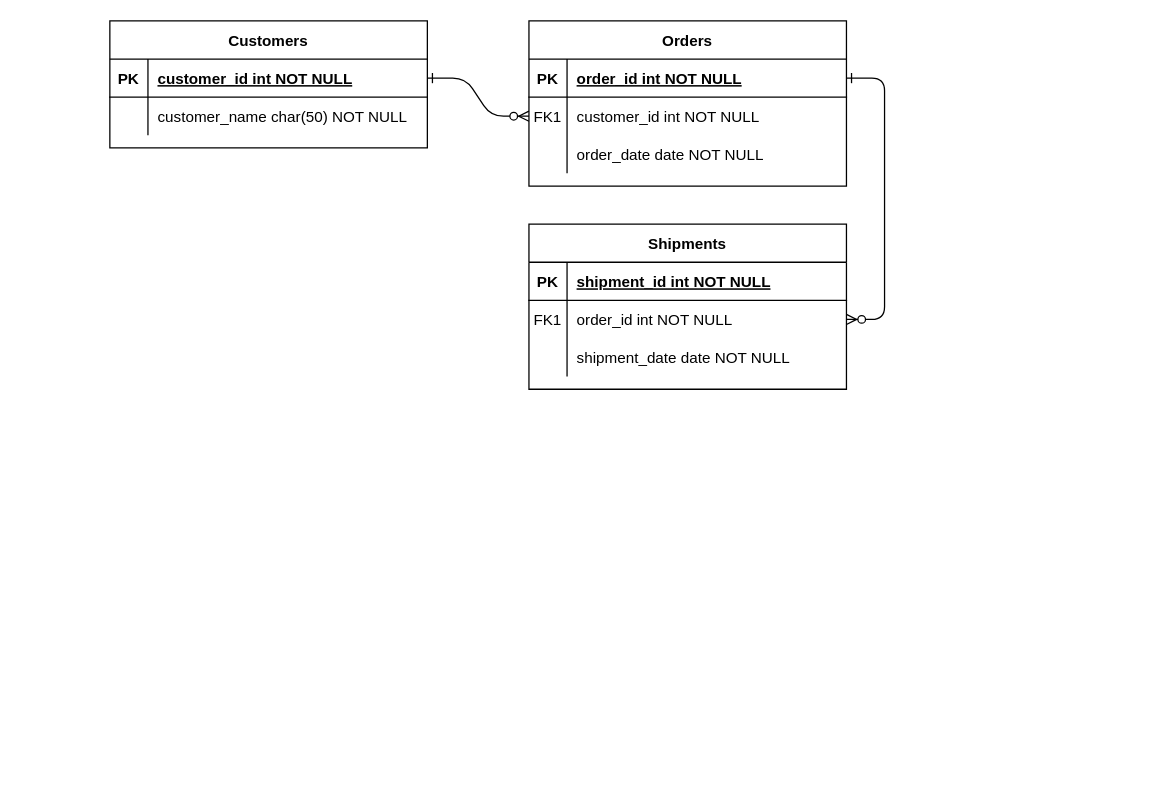
sumitkumarsk90/Todo_api keeps this draw.io diagram as Second ER Diagram.drawio. Above is the earlier version. Source tidied: cells renumbered, new cells numbered last; positions are measured from the earlier drawing's top-left corner, leaving out a move shared by most shapes. Both pictures are drawn from the tidied source at 127%, with x=0, y=0 at pixel (109, 20).
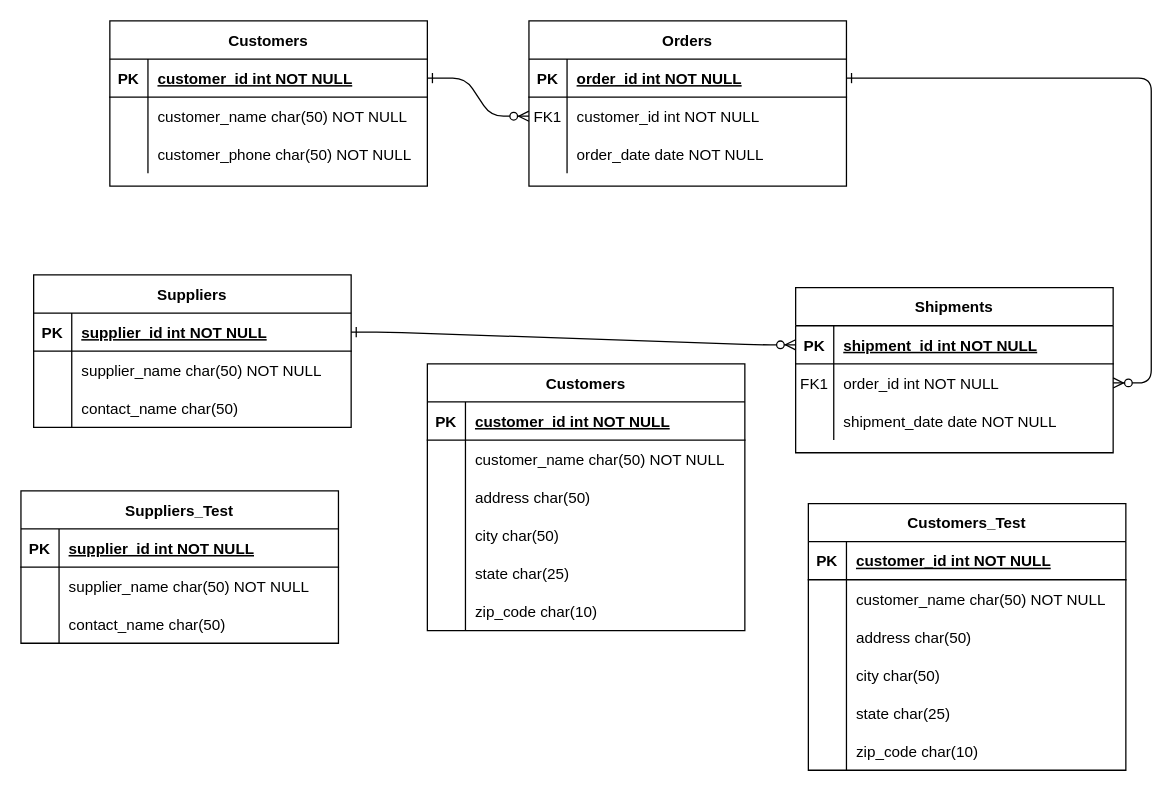
The same page after the edit.

Unchanged cells that the change refers to:
```xml
<mxCell id="15" style="shape=partialRectangle;fillColor=none;points=[[0,0.5],[1,0.5]];portConstraint=eastwest;top=0;left=0;right=0;bottom=1;" parent="14" vertex="1">
  <mxGeometry y="30" width="250" height="30" as="geometry" />
</mxCell>
```

The edit, as a diff of the source:
```diff
@@
     <mxCell id="14" value="Shipments" style="shape=table;startSize=30;childLayout=tableLayout;rowLines=0;fontStyle=1;align=center;" parent="1" vertex="1">
-      <mxGeometry x="330" y="160" width="250" height="130" as="geometry" />
+      <mxGeometry x="540" y="210" width="250" height="130" as="geometry" />
     </mxCell>
@@
     <mxCell id="24" value="Customers" style="shape=table;startSize=30;childLayout=tableLayout;rowLines=0;fontStyle=1;align=center;" parent="1" vertex="1">
-      <mxGeometry width="250" height="100" as="geometry" />
+      <mxGeometry width="250" height="130" as="geometry" />
     </mxCell>
@@
+    <mxCell id="31" style="shape=partialRectangle;fillColor=none;top=0;left=0;right=0;bottom=0;" parent="24" vertex="1">
+      <mxGeometry y="90" width="250" height="30" as="geometry" />
+    </mxCell>
+    <mxCell id="32" style="shape=partialRectangle;overflow=hidden;fillColor=none;top=0;left=0;bottom=0;right=0;" parent="31" vertex="1">
+      <mxGeometry width="30" height="30" as="geometry" />
+    </mxCell>
+    <mxCell id="33" value="customer_phone char(50) NOT NULL" style="shape=partialRectangle;overflow=hidden;fillColor=none;top=0;left=0;bottom=0;right=0;align=left;spacingLeft=6;" parent="31" vertex="1">
+      <mxGeometry x="30" width="220" height="30" as="geometry" />
+    </mxCell>
+    <mxCell id="34" value="Suppliers" style="shape=table;startSize=30;childLayout=tableLayout;rowLines=0;fontStyle=1;align=center;" parent="1" vertex="1">
+      <mxGeometry x="-60" y="200" width="250" height="120" as="geometry" />
+    </mxCell>
+    <mxCell id="35" style="shape=tableRow;horizontal=0;startSize=0;swimlaneHead=0;swimlaneBody=0;fillColor=none;points=[[0,0.5],[1,0.5]];portConstraint=eastwest;strokeColor=inherit;top=0;left=0;right=0;bottom=1;" parent="34" vertex="1">
+      <mxGeometry y="30" width="250" height="30" as="geometry" />
+    </mxCell>
+    <mxCell id="36" value="PK" style="shape=partialRectangle;overflow=hidden;fillColor=none;strokeColor=inherit;top=0;left=0;bottom=0;right=0;fontStyle=1;" parent="35" vertex="1">
+      <mxGeometry width="30" height="30" as="geometry" />
+    </mxCell>
+    <mxCell id="37" value="supplier_id int NOT NULL " style="shape=partialRectangle;overflow=hidden;fillColor=none;align=left;strokeColor=inherit;top=0;left=0;bottom=0;right=0;spacingLeft=6;fontStyle=5;" parent="35" vertex="1">
+      <mxGeometry x="30" width="220" height="30" as="geometry" />
+    </mxCell>
+    <mxCell id="38" style="shape=tableRow;horizontal=0;startSize=0;swimlaneHead=0;swimlaneBody=0;fillColor=none;strokeColor=inherit;top=0;left=0;right=0;bottom=0;" parent="34" vertex="1">
+      <mxGeometry y="60" width="250" height="30" as="geometry" />
+    </mxCell>
+    <mxCell id="39" style="shape=partialRectangle;overflow=hidden;fillColor=none;strokeColor=inherit;top=0;left=0;bottom=0;right=0;" parent="38" vertex="1">
+      <mxGeometry width="30" height="30" as="geometry" />
+    </mxCell>
+    <mxCell id="40" value="supplier_name char(50) NOT NULL" style="shape=partialRectangle;overflow=hidden;fillColor=none;align=left;strokeColor=inherit;top=0;left=0;bottom=0;right=0;spacingLeft=6;" parent="38" vertex="1">
+      <mxGeometry x="30" width="220" height="30" as="geometry" />
+    </mxCell>
+    <mxCell id="41" style="shape=tableRow;horizontal=0;startSize=0;swimlaneHead=0;swimlaneBody=0;fillColor=none;strokeColor=inherit;top=0;left=0;right=0;bottom=0;" parent="34" vertex="1">
+      <mxGeometry y="90" width="250" height="30" as="geometry" />
+    </mxCell>
+    <mxCell id="42" style="shape=partialRectangle;overflow=hidden;fillColor=none;strokeColor=inherit;top=0;left=0;bottom=0;right=0;" parent="41" vertex="1">
+      <mxGeometry width="30" height="30" as="geometry" />
+    </mxCell>
+    <mxCell id="43" value="contact_name char(50)" style="shape=partialRectangle;overflow=hidden;fillColor=none;align=left;strokeColor=inherit;top=0;left=0;bottom=0;right=0;spacingLeft=6;" parent="41" vertex="1">
+      <mxGeometry x="30" width="220" height="30" as="geometry" />
+    </mxCell>
+    <mxCell id="44" value="Customers" style="shape=table;startSize=30;childLayout=tableLayout;rowLines=0;fontStyle=1;align=center;" parent="1" vertex="1">
+      <mxGeometry x="250" y="270" width="250" height="210" as="geometry" />
+    </mxCell>
+    <mxCell id="45" style="shape=tableRow;horizontal=0;startSize=0;swimlaneHead=0;swimlaneBody=0;fillColor=none;strokeColor=inherit;top=0;left=0;right=0;bottom=1;" parent="44" vertex="1">
+      <mxGeometry y="30" width="250" height="30" as="geometry" />
+    </mxCell>
+    <mxCell id="46" value="PK" style="shape=partialRectangle;overflow=hidden;fillColor=none;strokeColor=inherit;top=0;left=0;bottom=0;right=0;fontStyle=1;" parent="45" vertex="1">
+      <mxGeometry width="30" height="30" as="geometry" />
+    </mxCell>
+    <mxCell id="47" value="customer_id int NOT NULL " style="shape=partialRectangle;overflow=hidden;fillColor=none;align=left;strokeColor=inherit;top=0;left=0;bottom=0;right=0;spacingLeft=6;fontStyle=5;" parent="45" vertex="1">
+      <mxGeometry x="30" width="220" height="30" as="geometry" />
+    </mxCell>
+    <mxCell id="48" style="shape=tableRow;horizontal=0;startSize=0;swimlaneHead=0;swimlaneBody=0;fillColor=none;strokeColor=inherit;top=0;left=0;right=0;bottom=0;" parent="44" vertex="1">
+      <mxGeometry y="60" width="250" height="30" as="geometry" />
+    </mxCell>
+    <mxCell id="49" style="shape=partialRectangle;overflow=hidden;fillColor=none;strokeColor=inherit;top=0;left=0;bottom=0;right=0;" parent="48" vertex="1">
+      <mxGeometry width="30" height="30" as="geometry" />
+    </mxCell>
+    <mxCell id="50" value="customer_name char(50) NOT NULL" style="shape=partialRectangle;overflow=hidden;fillColor=none;align=left;strokeColor=inherit;top=0;left=0;bottom=0;right=0;spacingLeft=6;" parent="48" vertex="1">
+      <mxGeometry x="30" width="220" height="30" as="geometry" />
+    </mxCell>
+    <mxCell id="51" style="shape=tableRow;horizontal=0;startSize=0;swimlaneHead=0;swimlaneBody=0;fillColor=none;strokeColor=inherit;top=0;left=0;right=0;bottom=0;" parent="44" vertex="1">
+      <mxGeometry y="90" width="250" height="30" as="geometry" />
+    </mxCell>
+    <mxCell id="52" style="shape=partialRectangle;overflow=hidden;fillColor=none;strokeColor=inherit;top=0;left=0;bottom=0;right=0;" parent="51" vertex="1">
+      <mxGeometry width="30" height="30" as="geometry" />
+    </mxCell>
+    <mxCell id="53" value="address char(50)" style="shape=partialRectangle;overflow=hidden;fillColor=none;align=left;strokeColor=inherit;top=0;left=0;bottom=0;right=0;spacingLeft=6;" parent="51" vertex="1">
+      <mxGeometry x="30" width="220" height="30" as="geometry" />
+    </mxCell>
+    <mxCell id="54" style="shape=tableRow;horizontal=0;startSize=0;swimlaneHead=0;swimlaneBody=0;fillColor=none;strokeColor=inherit;top=0;left=0;right=0;bottom=0;" parent="44" vertex="1">
+      <mxGeometry y="120" width="250" height="30" as="geometry" />
+    </mxCell>
+    <mxCell id="55" style="shape=partialRectangle;overflow=hidden;fillColor=none;strokeColor=inherit;top=0;left=0;bottom=0;right=0;" parent="54" vertex="1">
+      <mxGeometry width="30" height="30" as="geometry" />
+    </mxCell>
+    <mxCell id="56" value="city char(50)" style="shape=partialRectangle;overflow=hidden;fillColor=none;align=left;strokeColor=inherit;top=0;left=0;bottom=0;right=0;spacingLeft=6;" parent="54" vertex="1">
+      <mxGeometry x="30" width="220" height="30" as="geometry" />
+    </mxCell>
+    <mxCell id="57" style="shape=tableRow;horizontal=0;startSize=0;swimlaneHead=0;swimlaneBody=0;fillColor=none;strokeColor=inherit;top=0;left=0;right=0;bottom=0;" parent="44" vertex="1">
+      <mxGeometry y="150" width="250" height="30" as="geometry" />
+    </mxCell>
+    <mxCell id="58" style="shape=partialRectangle;overflow=hidden;fillColor=none;strokeColor=inherit;top=0;left=0;bottom=0;right=0;" parent="57" vertex="1">
+      <mxGeometry width="30" height="30" as="geometry" />
+    </mxCell>
+    <mxCell id="59" value="state char(25)" style="shape=partialRectangle;overflow=hidden;fillColor=none;align=left;strokeColor=inherit;top=0;left=0;bottom=0;right=0;spacingLeft=6;" parent="57" vertex="1">
+      <mxGeometry x="30" width="220" height="30" as="geometry" />
+    </mxCell>
+    <mxCell id="60" style="shape=tableRow;horizontal=0;startSize=0;swimlaneHead=0;swimlaneBody=0;fillColor=none;strokeColor=inherit;top=0;left=0;right=0;bottom=0;" parent="44" vertex="1">
+      <mxGeometry y="180" width="250" height="30" as="geometry" />
+    </mxCell>
+    <mxCell id="61" style="shape=partialRectangle;overflow=hidden;fillColor=none;strokeColor=inherit;top=0;left=0;bottom=0;right=0;" parent="60" vertex="1">
+      <mxGeometry width="30" height="30" as="geometry" />
+    </mxCell>
+    <mxCell id="62" value="zip_code char(10)" style="shape=partialRectangle;overflow=hidden;fillColor=none;align=left;strokeColor=inherit;top=0;left=0;bottom=0;right=0;spacingLeft=6;" parent="60" vertex="1">
+      <mxGeometry x="30" width="220" height="30" as="geometry" />
+    </mxCell>
+    <mxCell id="63" style="edgeStyle=entityRelationEdgeStyle;endArrow=ERzeroToMany;startArrow=ERone;endFill=1;startFill=0;exitX=1;exitY=0.5;exitDx=0;exitDy=0;" parent="1" edge="1" source="35" target="15">
+      <mxGeometry relative="1" as="geometry">
+        <Array as="points">
+          <mxPoint x="360" y="160" />
+        </Array>
+      </mxGeometry>
+    </mxCell>
+    <mxCell id="64" value="Suppliers_Test" style="shape=table;startSize=30;childLayout=tableLayout;rowLines=0;fontStyle=1;align=center;" parent="1" vertex="1">
+      <mxGeometry x="-70" y="370" width="250" height="120" as="geometry" />
+    </mxCell>
+    <mxCell id="65" style="shape=tableRow;horizontal=0;startSize=0;swimlaneHead=0;swimlaneBody=0;fillColor=none;strokeColor=inherit;top=0;left=0;right=0;bottom=1;" parent="64" vertex="1">
+      <mxGeometry y="30" width="250" height="30" as="geometry" />
+    </mxCell>
+    <mxCell id="66" value="PK" style="shape=partialRectangle;overflow=hidden;fillColor=none;strokeColor=inherit;top=0;left=0;bottom=0;right=0;fontStyle=1;" parent="65" vertex="1">
+      <mxGeometry width="30" height="30" as="geometry" />
+    </mxCell>
+    <mxCell id="67" value="supplier_id int NOT NULL " style="shape=partialRectangle;overflow=hidden;fillColor=none;align=left;strokeColor=inherit;top=0;left=0;bottom=0;right=0;spacingLeft=6;fontStyle=5;" parent="65" vertex="1">
+      <mxGeometry x="30" width="220" height="30" as="geometry" />
+    </mxCell>
+    <mxCell id="68" style="shape=tableRow;horizontal=0;startSize=0;swimlaneHead=0;swimlaneBody=0;fillColor=none;strokeColor=inherit;top=0;left=0;right=0;bottom=0;" parent="64" vertex="1">
+      <mxGeometry y="60" width="250" height="30" as="geometry" />
+    </mxCell>
+    <mxCell id="69" style="shape=partialRectangle;overflow=hidden;fillColor=none;strokeColor=inherit;top=0;left=0;bottom=0;right=0;" parent="68" vertex="1">
+      <mxGeometry width="30" height="30" as="geometry" />
+    </mxCell>
+    <mxCell id="70" value="supplier_name char(50) NOT NULL" style="shape=partialRectangle;overflow=hidden;fillColor=none;align=left;strokeColor=inherit;top=0;left=0;bottom=0;right=0;spacingLeft=6;" parent="68" vertex="1">
+      <mxGeometry x="30" width="220" height="30" as="geometry" />
+    </mxCell>
+    <mxCell id="71" style="shape=tableRow;horizontal=0;startSize=0;swimlaneHead=0;swimlaneBody=0;fillColor=none;strokeColor=inherit;top=0;left=0;right=0;bottom=0;" parent="64" vertex="1">
+      <mxGeometry y="90" width="250" height="30" as="geometry" />
+    </mxCell>
+    <mxCell id="72" style="shape=partialRectangle;overflow=hidden;fillColor=none;strokeColor=inherit;top=0;left=0;bottom=0;right=0;" parent="71" vertex="1">
+      <mxGeometry width="30" height="30" as="geometry" />
+    </mxCell>
+    <mxCell id="73" value="contact_name char(50)" style="shape=partialRectangle;overflow=hidden;fillColor=none;align=left;strokeColor=inherit;top=0;left=0;bottom=0;right=0;spacingLeft=6;" parent="71" vertex="1">
+      <mxGeometry x="30" width="220" height="30" as="geometry" />
+    </mxCell>
+    <mxCell id="74" value="Customers_Test" style="shape=table;startSize=30;childLayout=tableLayout;rowLines=0;fontStyle=1;align=center;" parent="1" vertex="1">
+      <mxGeometry x="550" y="380" width="250" height="210" as="geometry" />
+    </mxCell>
+    <mxCell id="75" style="shape=tableRow;horizontal=0;startSize=0;swimlaneHead=0;swimlaneBody=0;fillColor=none;strokeColor=inherit;top=0;left=0;right=0;bottom=1;" parent="74" vertex="1">
+      <mxGeometry y="30" width="250" height="30" as="geometry" />
+    </mxCell>
+    <mxCell id="76" value="PK" style="shape=partialRectangle;overflow=hidden;fillColor=none;strokeColor=inherit;top=0;left=0;bottom=0;right=0;fontStyle=1;" parent="75" vertex="1">
+      <mxGeometry width="30" height="30" as="geometry" />
+    </mxCell>
+    <mxCell id="77" value="customer_id int NOT NULL " style="shape=partialRectangle;overflow=hidden;fillColor=none;align=left;strokeColor=inherit;top=0;left=0;bottom=0;right=0;spacingLeft=6;fontStyle=5;" parent="75" vertex="1">
+      <mxGeometry x="30" width="220" height="30" as="geometry" />
+    </mxCell>
+    <mxCell id="78" style="shape=tableRow;horizontal=0;startSize=0;swimlaneHead=0;swimlaneBody=0;fillColor=none;strokeColor=inherit;top=0;left=0;right=0;bottom=0;" parent="74" vertex="1">
+      <mxGeometry y="60" width="250" height="30" as="geometry" />
+    </mxCell>
+    <mxCell id="79" style="shape=partialRectangle;overflow=hidden;fillColor=none;strokeColor=inherit;top=0;left=0;bottom=0;right=0;" parent="78" vertex="1">
+      <mxGeometry width="30" height="30" as="geometry" />
+    </mxCell>
+    <mxCell id="80" value="customer_name char(50) NOT NULL" style="shape=partialRectangle;overflow=hidden;fillColor=none;align=left;strokeColor=inherit;top=0;left=0;bottom=0;right=0;spacingLeft=6;" parent="78" vertex="1">
+      <mxGeometry x="30" width="220" height="30" as="geometry" />
+    </mxCell>
+    <mxCell id="81" style="shape=tableRow;horizontal=0;startSize=0;swimlaneHead=0;swimlaneBody=0;fillColor=none;strokeColor=inherit;top=0;left=0;right=0;bottom=0;" parent="74" vertex="1">
+      <mxGeometry y="90" width="250" height="30" as="geometry" />
+    </mxCell>
+    <mxCell id="82" style="shape=partialRectangle;overflow=hidden;fillColor=none;strokeColor=inherit;top=0;left=0;bottom=0;right=0;" parent="81" vertex="1">
+      <mxGeometry width="30" height="30" as="geometry" />
+    </mxCell>
+    <mxCell id="83" value="address char(50)" style="shape=partialRectangle;overflow=hidden;fillColor=none;align=left;strokeColor=inherit;top=0;left=0;bottom=0;right=0;spacingLeft=6;" parent="81" vertex="1">
+      <mxGeometry x="30" width="220" height="30" as="geometry" />
+    </mxCell>
+    <mxCell id="84" style="shape=tableRow;horizontal=0;startSize=0;swimlaneHead=0;swimlaneBody=0;fillColor=none;strokeColor=inherit;top=0;left=0;right=0;bottom=0;" parent="74" vertex="1">
+      <mxGeometry y="120" width="250" height="30" as="geometry" />
+    </mxCell>
+    <mxCell id="85" style="shape=partialRectangle;overflow=hidden;fillColor=none;strokeColor=inherit;top=0;left=0;bottom=0;right=0;" parent="84" vertex="1">
+      <mxGeometry width="30" height="30" as="geometry" />
+    </mxCell>
+    <mxCell id="86" value="city char(50)" style="shape=partialRectangle;overflow=hidden;fillColor=none;align=left;strokeColor=inherit;top=0;left=0;bottom=0;right=0;spacingLeft=6;" parent="84" vertex="1">
+      <mxGeometry x="30" width="220" height="30" as="geometry" />
+    </mxCell>
+    <mxCell id="87" style="shape=tableRow;horizontal=0;startSize=0;swimlaneHead=0;swimlaneBody=0;fillColor=none;strokeColor=inherit;top=0;left=0;right=0;bottom=0;" parent="74" vertex="1">
+      <mxGeometry y="150" width="250" height="30" as="geometry" />
+    </mxCell>
+    <mxCell id="88" style="shape=partialRectangle;overflow=hidden;fillColor=none;strokeColor=inherit;top=0;left=0;bottom=0;right=0;" parent="87" vertex="1">
+      <mxGeometry width="30" height="30" as="geometry" />
+    </mxCell>
+    <mxCell id="89" value="state char(25)" style="shape=partialRectangle;overflow=hidden;fillColor=none;align=left;strokeColor=inherit;top=0;left=0;bottom=0;right=0;spacingLeft=6;" parent="87" vertex="1">
+      <mxGeometry x="30" width="220" height="30" as="geometry" />
+    </mxCell>
+    <mxCell id="90" style="shape=tableRow;horizontal=0;startSize=0;swimlaneHead=0;swimlaneBody=0;fillColor=none;strokeColor=inherit;top=0;left=0;right=0;bottom=0;" parent="74" vertex="1">
+      <mxGeometry y="180" width="250" height="30" as="geometry" />
+    </mxCell>
+    <mxCell id="91" style="shape=partialRectangle;overflow=hidden;fillColor=none;strokeColor=inherit;top=0;left=0;bottom=0;right=0;" parent="90" vertex="1">
+      <mxGeometry width="30" height="30" as="geometry" />
+    </mxCell>
+    <mxCell id="92" value="zip_code char(10)" style="shape=partialRectangle;overflow=hidden;fillColor=none;align=left;strokeColor=inherit;top=0;left=0;bottom=0;right=0;spacingLeft=6;" parent="90" vertex="1">
+      <mxGeometry x="30" width="220" height="30" as="geometry" />
+    </mxCell>
```
